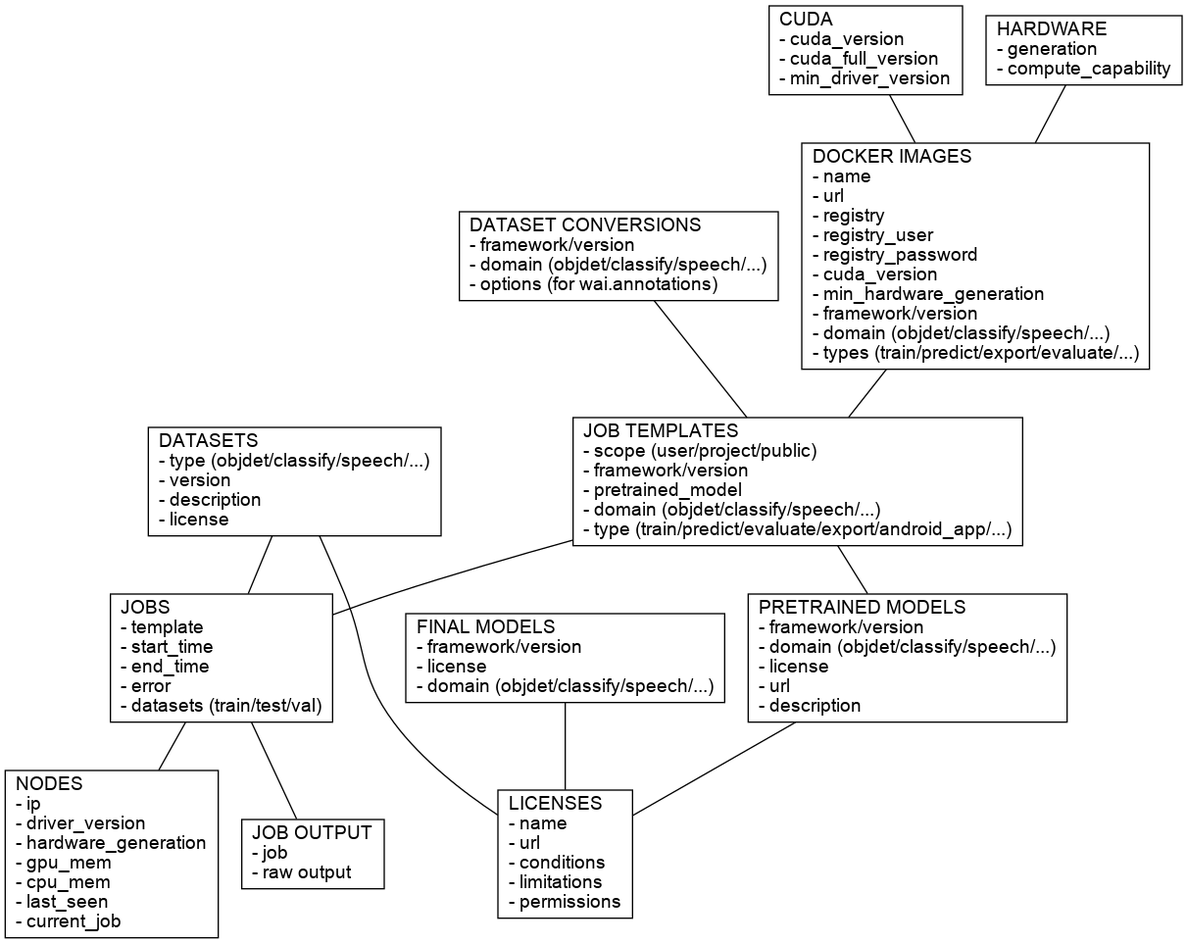
The Graphviz diagram docs/img/api.png in waikato-ufdl/ufdl-api, before a commit. Its source is kept beside it as docs/img/api.dot.
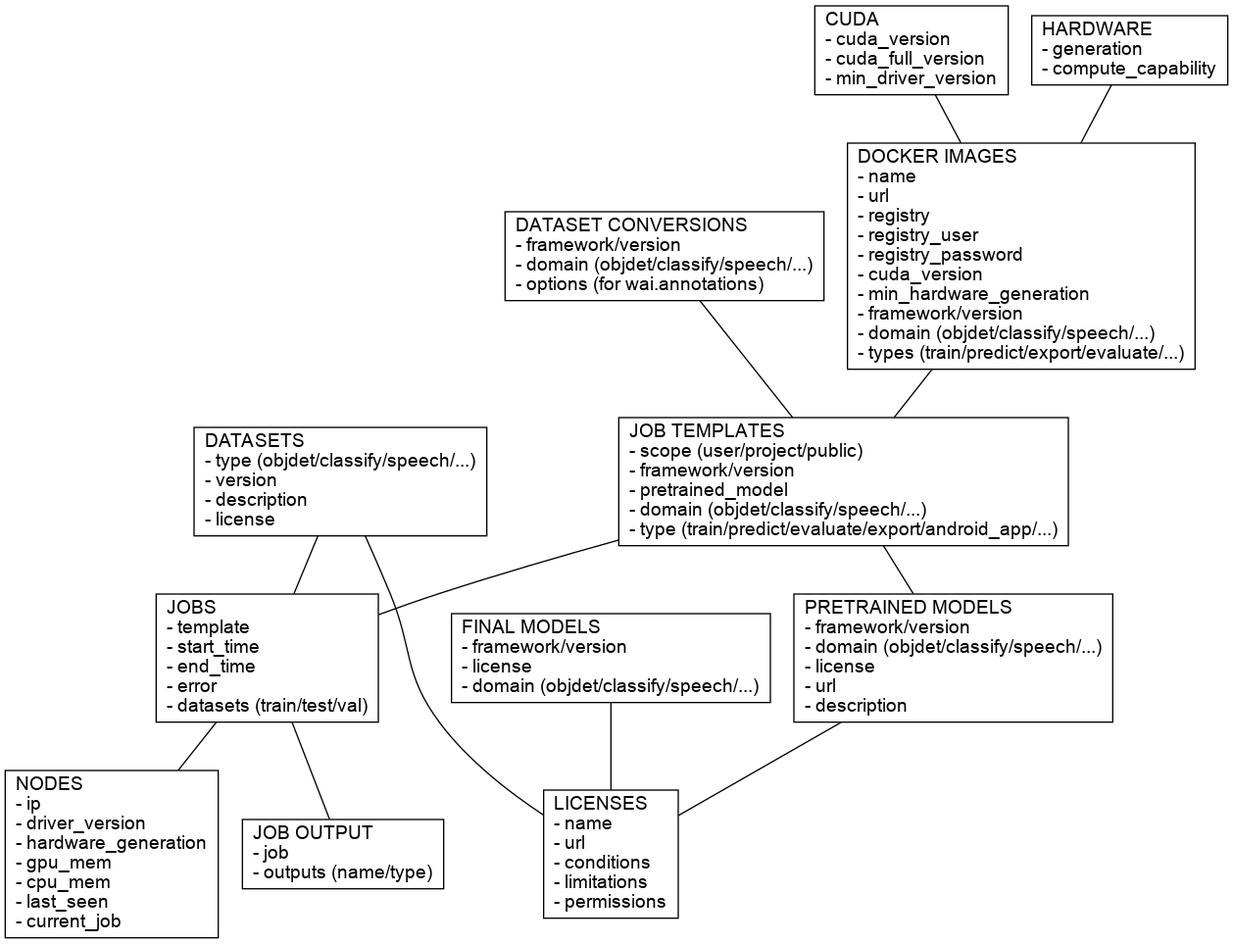
After the commit.

Commit message:
updated job output model

Diff of the diagram source:
```diff
@@ -12,7 +12,7 @@
   nodes [label = "NODES\l- ip\l- driver_version\l- hardware_generation\l- gpu_mem\l- cpu_mem\l- last_seen\l- current_job\l"];
   jobs [label = "JOBS\l- template\l- start_time\l- end_time\l- error\l- datasets (train/test/val)\l"];
   job_templates [label = "JOB TEMPLATES\l- scope (user/project/public)\l- framework/version\l- pretrained_model\l- domain (objdet/classify/speech/...)\l- type (train/predict/evaluate/export/android_app/...)"];
-  job_output [label = "JOB OUTPUT\l- job\l- raw output\l"];
+  job_output [label = "JOB OUTPUT\l- job\l- outputs (name/type)\l"];
   docker_images [label = "DOCKER IMAGES\l- name\l- url\l- registry\l- registry_user\l- registry_password\l- cuda_version\l- min_hardware_generation\l- framework/version\l- domain (objdet/classify/speech/...)\l- types (train/predict/export/evaluate/...)"];
 
   cuda -- docker_images;
```
